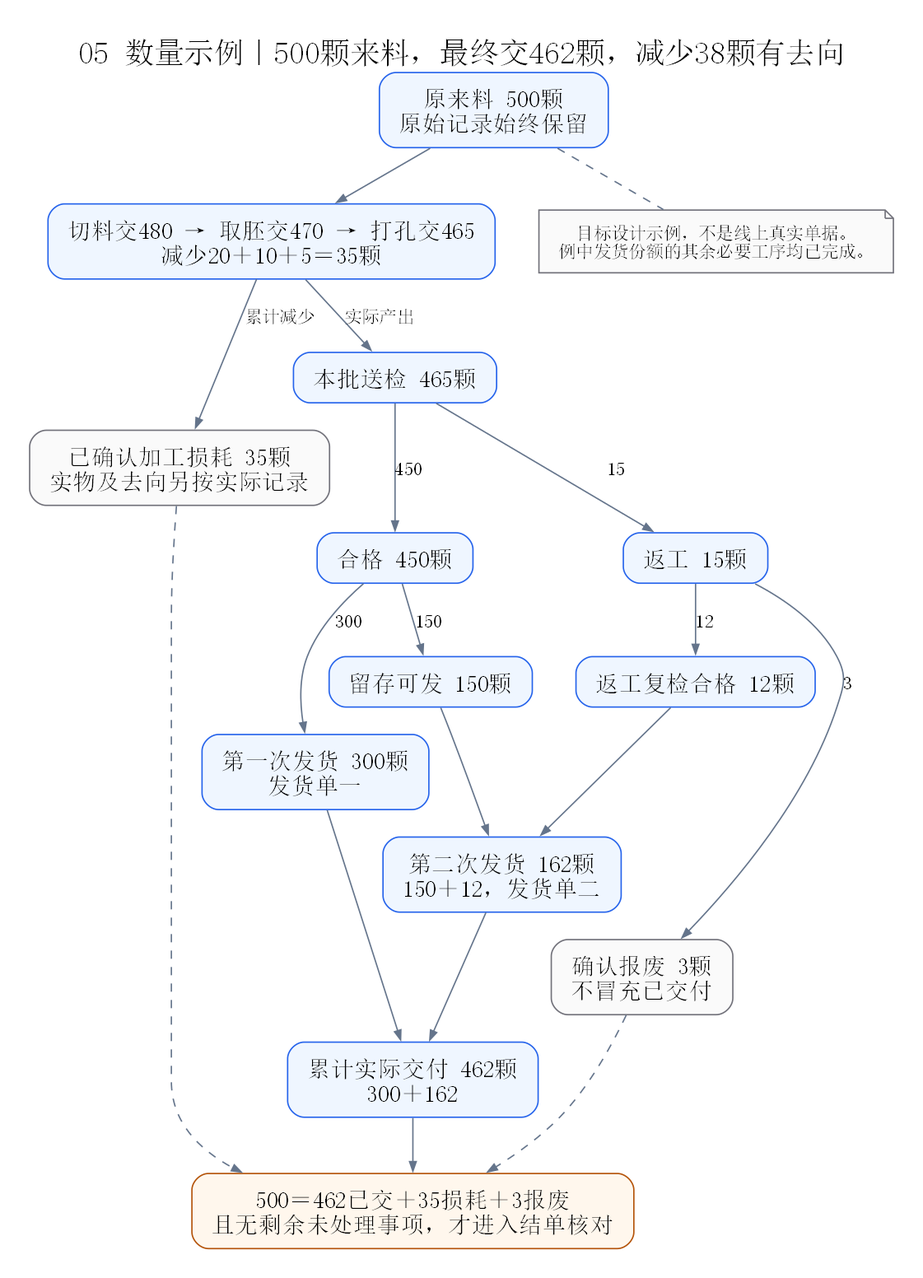
sxliuchen-hash/zhubao-ERP keeps this Graphviz diagram as docs/diagrams/system-review/05-quantity-example.png. Above is the earlier version. Its source is kept beside it as docs/diagrams/system-review/05-quantity-example.dot.
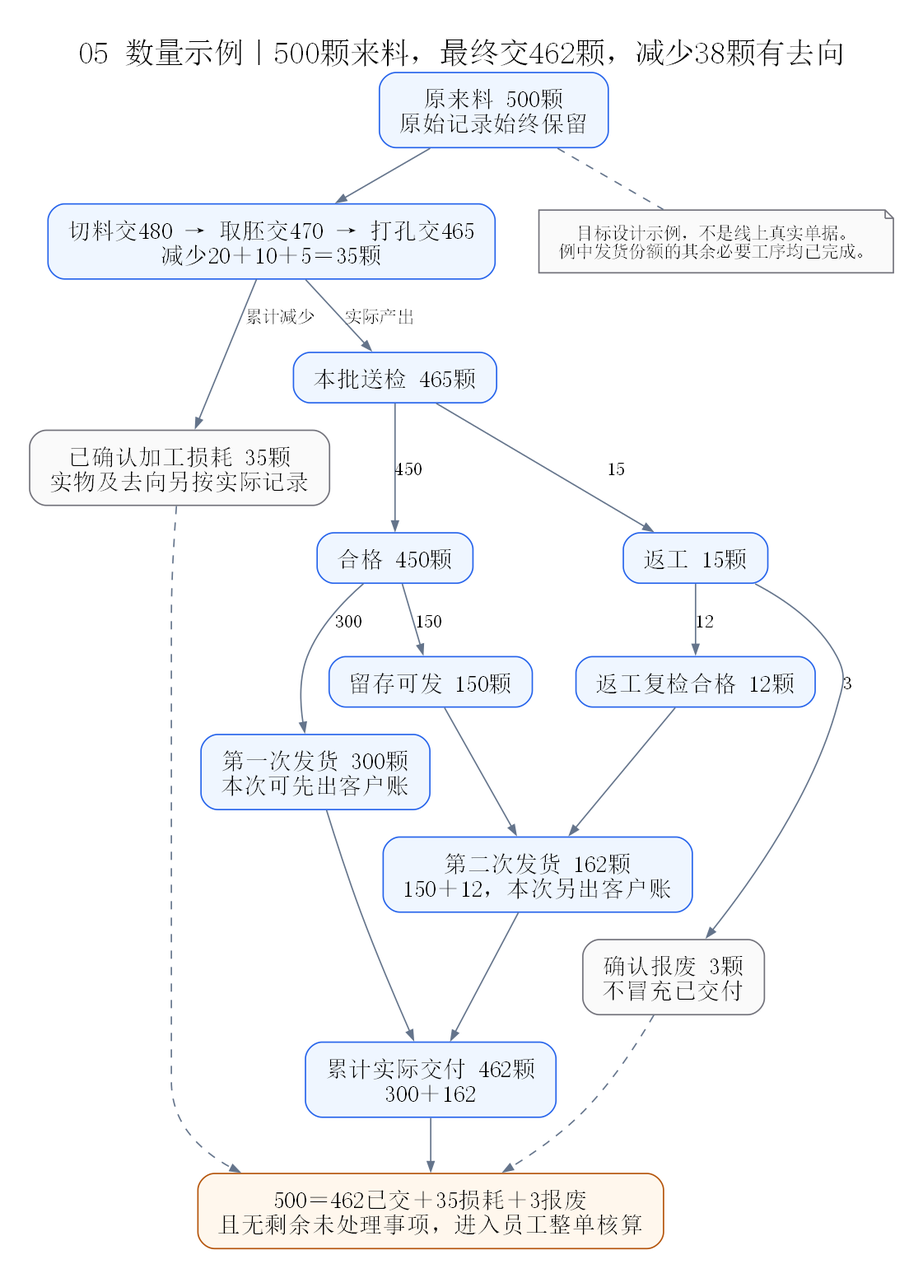
The same diagram one commit later.

The edit, as a diff of the source:
```diff
@@ -8,13 +8,13 @@
   inspect [label="本批送检 465颗"];
   good [label="合格 450颗"];
   rework [label="返工 15颗"];
-  first [label="第一次发货 300颗\n发货单一"];
+  first [label="第一次发货 300颗\n本次可先出客户账"];
   left [label="留存可发 150颗"];
   restored [label="返工复检合格 12颗"];
   scrap [label="确认报废 3颗\n不冒充已交付",fillcolor="#fafafa",color="#71717a"];
-  second [label="第二次发货 162颗\n150＋12，发货单二"];
+  second [label="第二次发货 162颗\n150＋12，本次另出客户账"];
   delivered [label="累计实际交付 462颗\n300＋162"];
-  reconcile [label="500＝462已交＋35损耗＋3报废\n且无剩余未处理事项，才进入结单核对",color="#b45309",fillcolor="#fff7ed"];
+  reconcile [label="500＝462已交＋35损耗＋3报废\n且无剩余未处理事项，进入员工整单核算",color="#b45309",fillcolor="#fff7ed"];
   input -> stages; stages -> inspect [label="实际产出"]; stages -> loss [label="累计减少"];
   inspect -> good [label="450"]; inspect -> rework [label="15"];
   good -> first [label="300"]; good -> left [label="150"];
```
